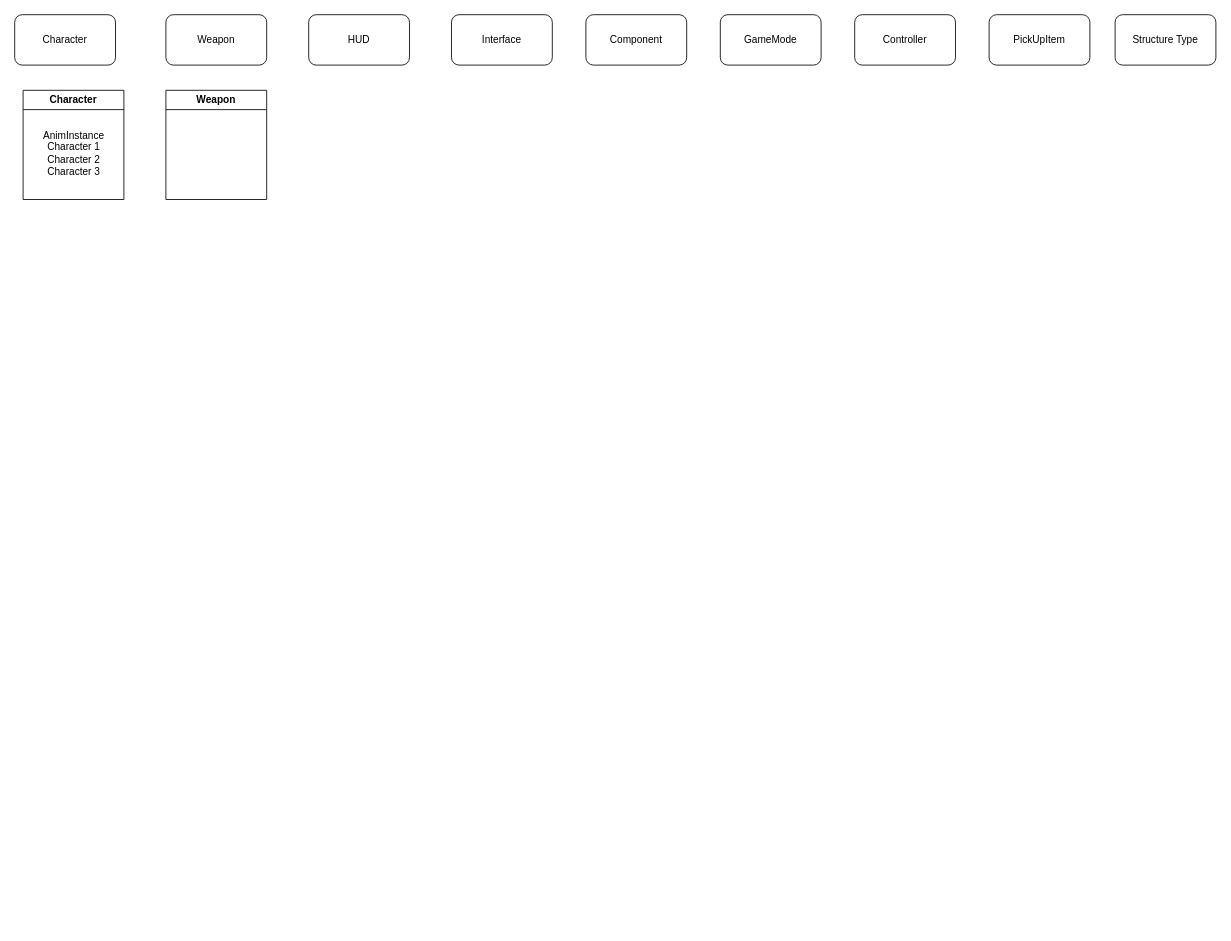
The draw.io diagram ClassDiagram.drawio in g0311/CDProject, before the edit. Source tidied: cells renumbered, new cells numbered last; positions are measured from the earlier drawing's top-left corner, leaving out a move shared by most shapes. Both pictures are drawn from the tidied source at 84%, with x=0, y=0 at pixel (14, 14).
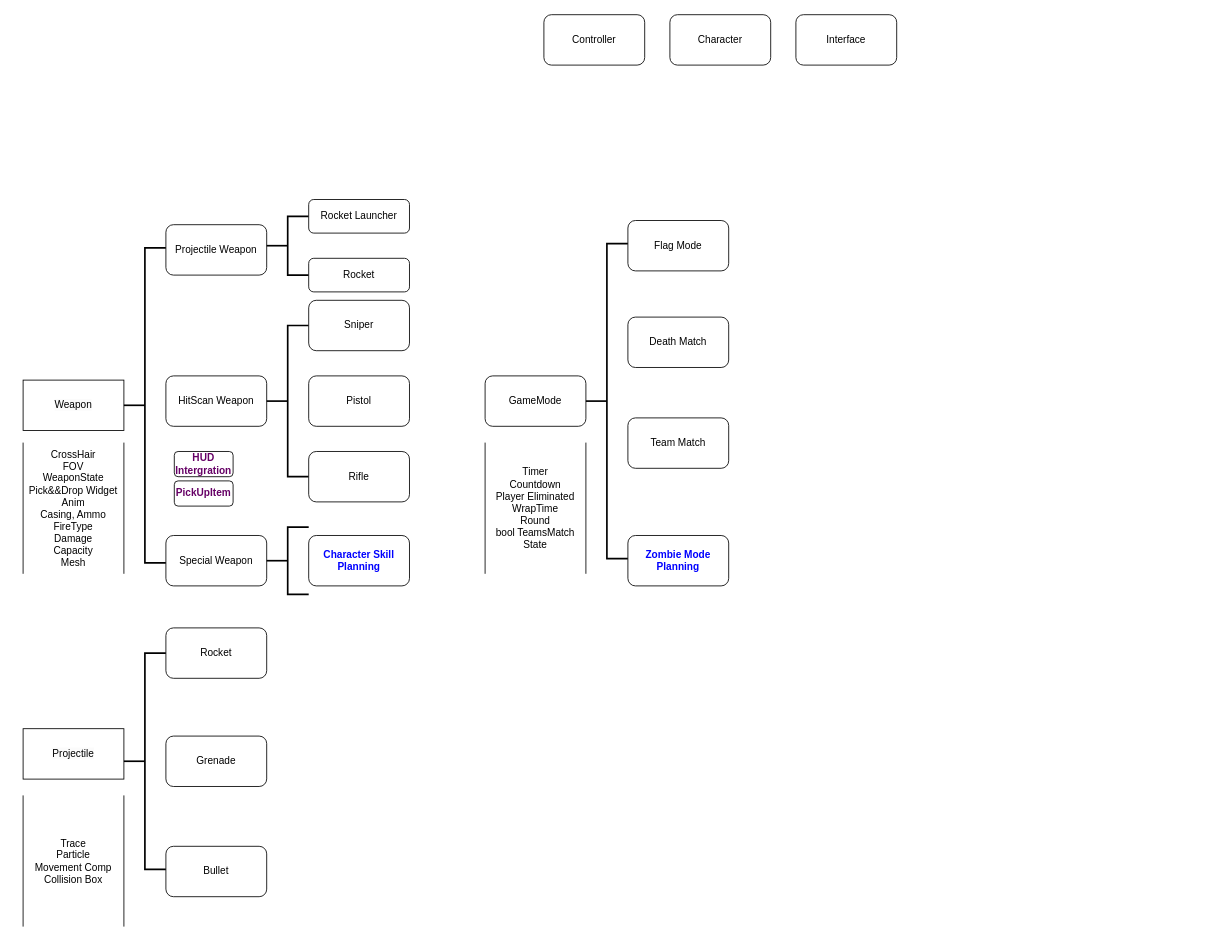
Above is the later version.

The edit, as a diff of the source:
```diff
@@
     <mxCell id="2" value="Character" style="rounded=1;whiteSpace=wrap;html=1;" parent="1" vertex="1">
-      <mxGeometry width="120" height="60" as="geometry" />
+      <mxGeometry x="780" width="120" height="60" as="geometry" />
     </mxCell>
-    <mxCell id="3" value="HUD" style="rounded=1;whiteSpace=wrap;html=1;" parent="1" vertex="1">
-      <mxGeometry x="350" width="120" height="60" as="geometry" />
+    <mxCell id="3" value="&lt;font style=&quot;color: rgb(102, 0, 102);&quot;&gt;HUD Intergration&lt;/font&gt;" style="rounded=1;whiteSpace=wrap;html=1;fontColor=#33FF33;fontStyle=1;" parent="1" vertex="1">
+      <mxGeometry x="190" y="520" width="70" height="30" as="geometry" />
     </mxCell>
     <mxCell id="4" value="Interface" style="rounded=1;whiteSpace=wrap;html=1;" parent="1" vertex="1">
-      <mxGeometry x="520" width="120" height="60" as="geometry" />
+      <mxGeometry x="930" width="120" height="60" as="geometry" />
     </mxCell>
-    <mxCell id="5" value="Component" style="rounded=1;whiteSpace=wrap;html=1;" parent="1" vertex="1">
-      <mxGeometry x="680" width="120" height="60" as="geometry" />
-    </mxCell>
-    <mxCell id="6" value="Weapon" style="rounded=1;whiteSpace=wrap;html=1;" parent="1" vertex="1">
-      <mxGeometry x="180" width="120" height="60" as="geometry" />
-    </mxCell>
     <mxCell id="7" value="GameMode" style="rounded=1;whiteSpace=wrap;html=1;" parent="1" vertex="1">
-      <mxGeometry x="840" width="120" height="60" as="geometry" />
+      <mxGeometry x="560" y="430" width="120" height="60" as="geometry" />
     </mxCell>
     <mxCell id="8" value="Controller" style="rounded=1;whiteSpace=wrap;html=1;" parent="1" vertex="1">
-      <mxGeometry x="1000" width="120" height="60" as="geometry" />
+      <mxGeometry x="630" width="120" height="60" as="geometry" />
     </mxCell>
-    <mxCell id="9" value="PickUpItem" style="rounded=1;whiteSpace=wrap;html=1;" parent="1" vertex="1">
-      <mxGeometry x="1160" width="120" height="60" as="geometry" />
+    <mxCell id="9" value="&lt;font style=&quot;color: rgb(102, 0, 102);&quot;&gt;PickUpItem&lt;/font&gt;" style="rounded=1;whiteSpace=wrap;html=1;fontColor=#33FF33;fontStyle=1;" parent="1" vertex="1">
+      <mxGeometry x="190" y="555" width="70" height="30" as="geometry" />
     </mxCell>
-    <mxCell id="10" value="Structure Type" style="rounded=1;whiteSpace=wrap;html=1;" parent="1" vertex="1">
-      <mxGeometry x="1310" width="120" height="60" as="geometry" />
-    </mxCell>
-    <mxCell id="11" value="Weapon" style="swimlane;whiteSpace=wrap;html=1;" parent="1" vertex="1">
-      <mxGeometry x="180" y="90" width="120" height="130" as="geometry" />
-    </mxCell>
-    <mxCell id="12" value="Character" style="swimlane;whiteSpace=wrap;html=1;" parent="1" vertex="1">
-      <mxGeometry x="10" y="90" width="120" height="130" as="geometry" />
-    </mxCell>
-    <mxCell id="13" value="AnimInstance&lt;div&gt;Character 1&lt;/div&gt;&lt;div&gt;Character 2&lt;/div&gt;&lt;div&gt;Character 3&lt;/div&gt;" style="text;html=1;align=center;verticalAlign=middle;strokeColor=none;fillColor=none;" parent="12" vertex="1">
-      <mxGeometry x="10" y="40" width="100" height="70" as="geometry" />
-    </mxCell>
+    <mxCell id="14" value="&lt;span style=&quot;color: rgb(0, 0, 0); font-family: Helvetica; font-size: 12px; font-style: normal; font-variant-ligatures: normal; font-variant-caps: normal; font-weight: 400; letter-spacing: normal; orphans: 2; text-align: center; text-indent: 0px; text-transform: none; widows: 2; word-spacing: 0px; -webkit-text-stroke-width: 0px; white-space: normal; background-color: rgb(251, 251, 251); text-decoration-thickness: initial; text-decoration-style: initial; text-decoration-color: initial; float: none; display: inline !important;&quot;&gt;Weapon&lt;/span&gt;" style="rounded=0;whiteSpace=wrap;html=1;" parent="1" vertex="1">
+      <mxGeometry x="10" y="435" width="120" height="60" as="geometry" />
+    </mxCell>
+    <mxCell id="15" style="strokeWidth=2;html=1;shape=mxgraph.flowchart.annotation_2;align=left;labelPosition=right;" parent="1" vertex="1">
+      <mxGeometry x="130" y="277.5" width="50" height="375" as="geometry" />
+    </mxCell>
+    <mxCell id="16" value="Projectile Weapon" style="rounded=1;whiteSpace=wrap;html=1;" parent="1" vertex="1">
+      <mxGeometry x="180" y="250" width="120" height="60" as="geometry" />
+    </mxCell>
+    <mxCell id="17" value="HitScan Weapon" style="rounded=1;whiteSpace=wrap;html=1;" parent="1" vertex="1">
+      <mxGeometry x="180" y="430" width="120" height="60" as="geometry" />
+    </mxCell>
+    <mxCell id="18" value="Special Weapon" style="rounded=1;whiteSpace=wrap;html=1;" parent="1" vertex="1">
+      <mxGeometry x="180" y="620" width="120" height="60" as="geometry" />
+    </mxCell>
+    <mxCell id="19" value="CrossHair&lt;div&gt;FOV&lt;/div&gt;&lt;div&gt;WeaponState&lt;/div&gt;&lt;div&gt;Pick&amp;amp;&amp;amp;Drop Widget&lt;/div&gt;&lt;div&gt;Anim&lt;/div&gt;&lt;div&gt;Casing, Ammo&lt;/div&gt;&lt;div&gt;FireType&lt;/div&gt;&lt;div&gt;Damage&lt;/div&gt;&lt;div&gt;Capacity&lt;/div&gt;&lt;div&gt;Mesh&lt;/div&gt;" style="shape=partialRectangle;whiteSpace=wrap;html=1;top=0;bottom=0;fillColor=none;" parent="1" vertex="1">
+      <mxGeometry x="10" y="510" width="120" height="155" as="geometry" />
+    </mxCell>
+    <mxCell id="20" style="strokeWidth=2;html=1;shape=mxgraph.flowchart.annotation_2;align=left;labelPosition=right;" parent="1" vertex="1">
+      <mxGeometry x="300" y="240" width="50" height="70" as="geometry" />
+    </mxCell>
+    <mxCell id="21" style="strokeWidth=2;html=1;shape=mxgraph.flowchart.annotation_2;align=left;labelPosition=right;" parent="1" vertex="1">
+      <mxGeometry x="300" y="370" width="50" height="180" as="geometry" />
+    </mxCell>
+    <mxCell id="22" style="strokeWidth=2;html=1;shape=mxgraph.flowchart.annotation_2;align=left;labelPosition=right;" parent="1" vertex="1">
+      <mxGeometry x="300" y="610" width="50" height="80" as="geometry" />
+    </mxCell>
+    <mxCell id="23" value="Rocket Launcher" style="rounded=1;whiteSpace=wrap;html=1;" parent="1" vertex="1">
+      <mxGeometry x="350" y="220" width="120" height="40" as="geometry" />
+    </mxCell>
+    <mxCell id="24" value="Sniper" style="rounded=1;whiteSpace=wrap;html=1;" parent="1" vertex="1">
+      <mxGeometry x="350" y="340" width="120" height="60" as="geometry" />
+    </mxCell>
+    <mxCell id="25" value="&lt;div&gt;&lt;b&gt;&lt;font style=&quot;color: rgb(0, 0, 255);&quot;&gt;Character Skill&lt;/font&gt;&lt;/b&gt;&lt;/div&gt;&lt;b&gt;&lt;font style=&quot;color: rgb(0, 0, 255);&quot;&gt;Planning&lt;/font&gt;&lt;/b&gt;" style="rounded=1;whiteSpace=wrap;html=1;" parent="1" vertex="1">
+      <mxGeometry x="350" y="620" width="120" height="60" as="geometry" />
+    </mxCell>
+    <mxCell id="26" value="Pistol" style="rounded=1;whiteSpace=wrap;html=1;" parent="1" vertex="1">
+      <mxGeometry x="350" y="430" width="120" height="60" as="geometry" />
+    </mxCell>
+    <mxCell id="27" value="Rifle" style="rounded=1;whiteSpace=wrap;html=1;" parent="1" vertex="1">
+      <mxGeometry x="350" y="520" width="120" height="60" as="geometry" />
+    </mxCell>
+    <mxCell id="28" value="Rocket" style="rounded=1;whiteSpace=wrap;html=1;" parent="1" vertex="1">
+      <mxGeometry x="350" y="290" width="120" height="40" as="geometry" />
+    </mxCell>
+    <mxCell id="29" value="&lt;span style=&quot;color: rgb(0, 0, 0); font-family: Helvetica; font-size: 12px; font-style: normal; font-variant-ligatures: normal; font-variant-caps: normal; font-weight: 400; letter-spacing: normal; orphans: 2; text-align: center; text-indent: 0px; text-transform: none; widows: 2; word-spacing: 0px; -webkit-text-stroke-width: 0px; white-space: normal; background-color: rgb(251, 251, 251); text-decoration-thickness: initial; text-decoration-style: initial; text-decoration-color: initial; float: none; display: inline !important;&quot;&gt;Projectile&lt;/span&gt;" style="rounded=0;whiteSpace=wrap;html=1;" parent="1" vertex="1">
+      <mxGeometry x="10" y="850" width="120" height="60" as="geometry" />
+    </mxCell>
+    <mxCell id="30" style="strokeWidth=2;html=1;shape=mxgraph.flowchart.annotation_2;align=left;labelPosition=right;" parent="1" vertex="1">
+      <mxGeometry x="130" y="760" width="50" height="257.5" as="geometry" />
+    </mxCell>
+    <mxCell id="31" value="Rocket" style="rounded=1;whiteSpace=wrap;html=1;" parent="1" vertex="1">
+      <mxGeometry x="180" y="730" width="120" height="60" as="geometry" />
+    </mxCell>
+    <mxCell id="32" value="Grenade" style="rounded=1;whiteSpace=wrap;html=1;" parent="1" vertex="1">
+      <mxGeometry x="180" y="858.8" width="120" height="60" as="geometry" />
+    </mxCell>
+    <mxCell id="33" value="Bullet" style="rounded=1;whiteSpace=wrap;html=1;" parent="1" vertex="1">
+      <mxGeometry x="180" y="990" width="120" height="60" as="geometry" />
+    </mxCell>
+    <mxCell id="34" value="Trace&lt;div&gt;Particle&lt;/div&gt;&lt;div&gt;Movement Comp&lt;/div&gt;&lt;div&gt;Collision Box&lt;/div&gt;" style="shape=partialRectangle;whiteSpace=wrap;html=1;top=0;bottom=0;fillColor=none;" parent="1" vertex="1">
+      <mxGeometry x="10" y="930" width="120" height="155" as="geometry" />
+    </mxCell>
+    <mxCell id="35" style="strokeWidth=2;html=1;shape=mxgraph.flowchart.annotation_2;align=left;labelPosition=right;" parent="1" vertex="1">
+      <mxGeometry x="680" y="272.5" width="50" height="375" as="geometry" />
+    </mxCell>
+    <mxCell id="36" value="Flag Mode" style="rounded=1;whiteSpace=wrap;html=1;" parent="1" vertex="1">
+      <mxGeometry x="730" y="245" width="120" height="60" as="geometry" />
+    </mxCell>
+    <mxCell id="37" value="Death Match" style="rounded=1;whiteSpace=wrap;html=1;" parent="1" vertex="1">
+      <mxGeometry x="730" y="360" width="120" height="60" as="geometry" />
+    </mxCell>
+    <mxCell id="38" value="Team Match" style="rounded=1;whiteSpace=wrap;html=1;" parent="1" vertex="1">
+      <mxGeometry x="730" y="480" width="120" height="60" as="geometry" />
+    </mxCell>
+    <mxCell id="39" value="&lt;font color=&quot;#0000ff&quot;&gt;&lt;b&gt;Zombie Mode&lt;/b&gt;&lt;/font&gt;&lt;div&gt;&lt;font color=&quot;#0000ff&quot;&gt;&lt;b&gt;Planning&lt;/b&gt;&lt;/font&gt;&lt;/div&gt;" style="rounded=1;whiteSpace=wrap;html=1;" parent="1" vertex="1">
+      <mxGeometry x="730" y="620" width="120" height="60" as="geometry" />
+    </mxCell>
+    <mxCell id="40" value="Timer&lt;div&gt;Countdown&lt;br&gt;&lt;div&gt;Player Eliminated&lt;/div&gt;&lt;div&gt;WrapTime&lt;/div&gt;&lt;div&gt;Round&lt;/div&gt;&lt;div&gt;bool TeamsMatch&lt;/div&gt;&lt;div&gt;State&lt;/div&gt;&lt;/div&gt;" style="shape=partialRectangle;whiteSpace=wrap;html=1;top=0;bottom=0;fillColor=none;" parent="1" vertex="1">
+      <mxGeometry x="560" y="510" width="120" height="155" as="geometry" />
+    </mxCell>
```
